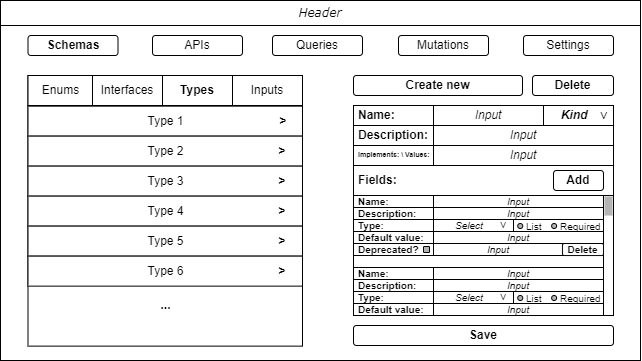
This is Artefatos/Telas/schemas-panel-wireframe.png from ICEI-PUC-Minas-PPLES-TI/plf-es-2022-1-tcci-5308100-dev-marlon-silva, a draw.io export, as it was before one commit. Source tidied: cells renumbered, new cells last; positions are measured from the earlier drawing's top-left corner, leaving out a move shared by most shapes.
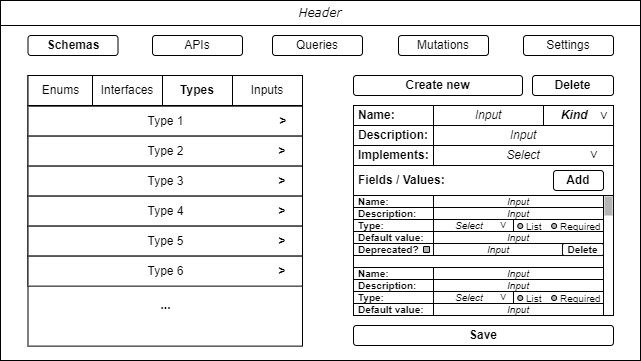
The same file after the commit.

Change to the diagram source:
```diff
@@ -62,8 +62,8 @@
     <mxCell id="21" value="&lt;b&gt;Description:&lt;/b&gt;" style="rounded=0;whiteSpace=wrap;html=1;align=left;spacingLeft=3;" parent="1" vertex="1">
       <mxGeometry x="353" y="125" width="80" height="20" as="geometry" />
     </mxCell>
-    <mxCell id="22" value="&lt;b&gt;Fields:&lt;/b&gt;" style="text;html=1;strokeColor=none;fillColor=none;align=left;verticalAlign=middle;whiteSpace=wrap;rounded=0;spacingLeft=3;" parent="1" vertex="1">
-      <mxGeometry x="353" y="170" width="50" height="20" as="geometry" />
+    <mxCell id="22" value="&lt;b&gt;Fields / Values:&lt;/b&gt;" style="text;html=1;strokeColor=none;fillColor=none;align=left;verticalAlign=middle;whiteSpace=wrap;rounded=0;spacingLeft=3;" parent="1" vertex="1">
+      <mxGeometry x="353" y="170" width="99" height="20" as="geometry" />
     </mxCell>
     <mxCell id="23" value="&lt;i&gt;Input&lt;/i&gt;" style="rounded=0;whiteSpace=wrap;html=1;" parent="1" vertex="1">
       <mxGeometry x="433" y="105" width="110" height="20" as="geometry" />
@@ -98,10 +98,10 @@
     <mxCell id="33" style="rounded=0;whiteSpace=wrap;html=1;fontFamily=Verdana;labelBackgroundColor=#000000;labelBorderColor=none;fillColor=#B3B3B3;strokeColor=none;" parent="1" vertex="1">
       <mxGeometry x="604" y="196" width="8" height="19" as="geometry" />
     </mxCell>
-    <mxCell id="34" value="&lt;b style=&quot;font-size: 7px;&quot;&gt;&lt;font style=&quot;font-size: 7px;&quot;&gt;Implements: \ Values:&lt;/font&gt;&lt;/b&gt;" style="rounded=0;whiteSpace=wrap;html=1;align=left;spacingLeft=3;fontSize=7;" parent="1" vertex="1">
+    <mxCell id="34" value="&lt;b style=&quot;font-size: 12px;&quot;&gt;&lt;font style=&quot;font-size: 12px;&quot;&gt;Implements:&lt;/font&gt;&lt;/b&gt;" style="rounded=0;whiteSpace=wrap;html=1;align=left;spacingLeft=3;fontSize=12;" parent="1" vertex="1">
       <mxGeometry x="353" y="145" width="80" height="20" as="geometry" />
     </mxCell>
-    <mxCell id="35" value="&lt;i&gt;Input&lt;/i&gt;" style="rounded=0;whiteSpace=wrap;html=1;" parent="1" vertex="1">
+    <mxCell id="35" value="&lt;i&gt;Select&lt;/i&gt;" style="rounded=0;whiteSpace=wrap;html=1;" parent="1" vertex="1">
       <mxGeometry x="433" y="145" width="180" height="20" as="geometry" />
     </mxCell>
     <mxCell id="36" value="&lt;span&gt;&lt;b&gt;Kind&lt;/b&gt;&lt;/span&gt;" style="rounded=0;whiteSpace=wrap;html=1;fontStyle=2;spacingLeft=-8;" parent="1" vertex="1">
@@ -227,5 +227,8 @@
     <mxCell id="76" value="Create new" style="rounded=1;whiteSpace=wrap;html=1;fontStyle=1;" parent="1" vertex="1">
       <mxGeometry x="353" y="75" width="169" height="20" as="geometry" />
     </mxCell>
+    <mxCell id="77" value="&lt;font face=&quot;Verdana&quot; style=&quot;font-size: 12px;&quot;&gt;&amp;gt;&lt;/font&gt;" style="text;html=1;strokeColor=none;fillColor=none;align=center;verticalAlign=middle;whiteSpace=wrap;rounded=0;fontStyle=0;rotation=90;fontSize=12;" parent="1" vertex="1">
+      <mxGeometry x="588.9" y="144.6" width="10.1" height="20.8" as="geometry" />
+    </mxCell>
   </root>
 </mxGraphModel>
```
